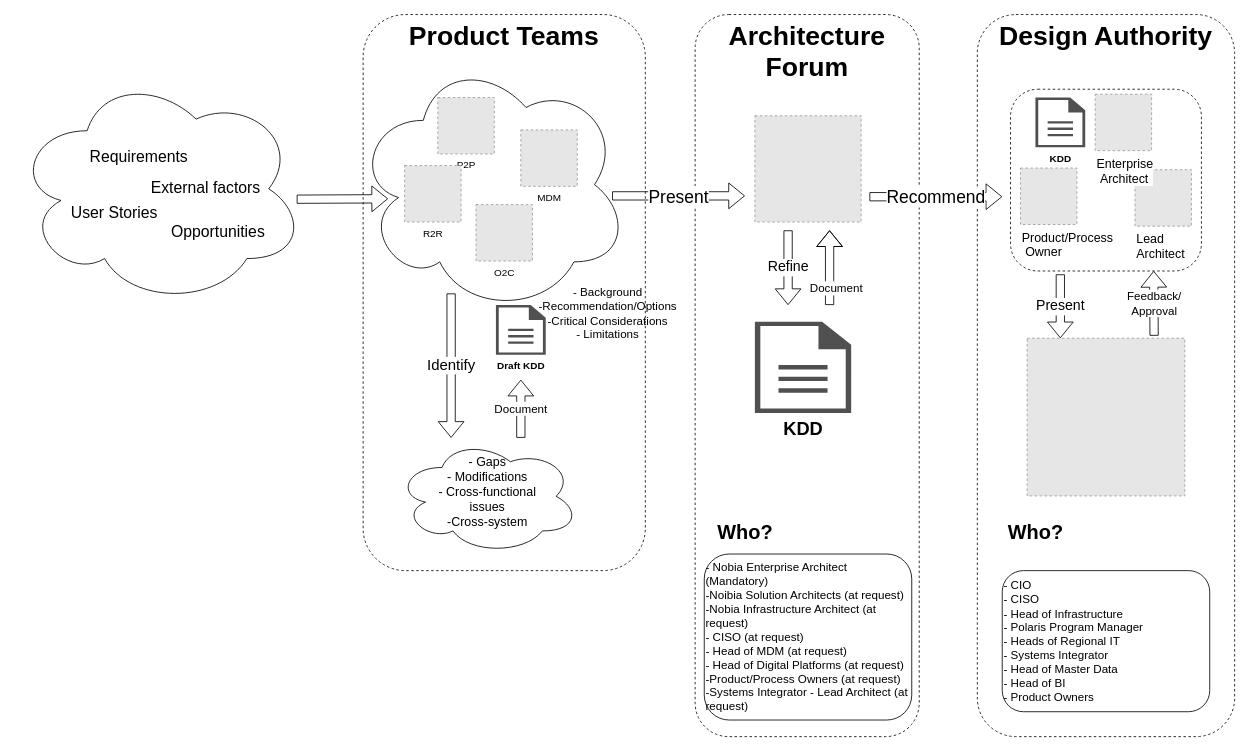
Above: page "Page-1" (1 of 2) of Architecture Governance.drawio in mrf742002/Diagrams (draw.io), before the change. Source tidied: cells renumbered, new cells numbered last; positions are measured from the earlier drawing's top-left corner, leaving out a move shared by most shapes. Both pictures are drawn from the tidied source at 83%, with x=0, y=0 at pixel (14, 14). Pictures stored in the file or linked from it are replaced by grey dashed boxes.
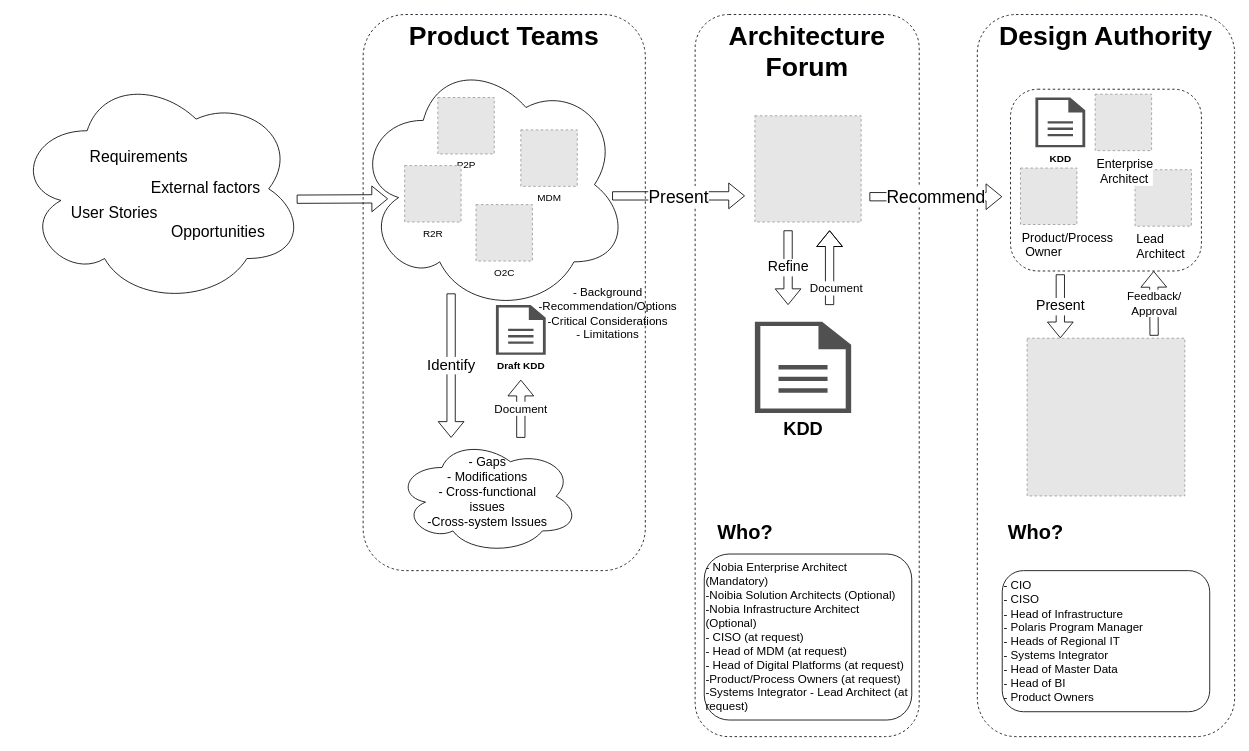
After the change.

Change to the diagram source:
```diff
@@
-    <mxCell id="17" value="- Gaps&lt;br style=&quot;font-size: 15px&quot;&gt;- Modifications&lt;br style=&quot;font-size: 15px&quot;&gt;- Cross-functional issues&lt;br&gt;-Cross-system" style="text;html=1;strokeColor=none;fillColor=none;align=center;verticalAlign=middle;whiteSpace=wrap;rounded=0;fontSize=15;" parent="1" vertex="1">
+    <mxCell id="17" value="- Gaps&lt;br style=&quot;font-size: 15px&quot;&gt;- Modifications&lt;br style=&quot;font-size: 15px&quot;&gt;- Cross-functional issues&lt;br&gt;-Cross-system Issues" style="text;html=1;strokeColor=none;fillColor=none;align=center;verticalAlign=middle;whiteSpace=wrap;rounded=0;fontSize=15;" parent="1" vertex="1">
       <mxGeometry x="490" y="557" width="160" height="35" as="geometry" />
     </mxCell>
@@
-    <mxCell id="36" value="- Nobia Enterprise Architect (Mandatory)&lt;br&gt;-Noibia Solution Architects (at request)&lt;br&gt;-Nobia Infrastructure Architect (at request)&lt;br&gt;- CISO (at request)&lt;br&gt;- Head of MDM (at request)&lt;br&gt;- Head of Digital Platforms (at request)&lt;br&gt;-Product/Process Owners (at request)&lt;br&gt;-Systems Integrator - Lead Architect (at request)" style="rounded=1;whiteSpace=wrap;html=1;fontSize=14;align=left;" parent="1" vertex="1">
+    <mxCell id="36" value="- Nobia Enterprise Architect (Mandatory)&lt;br&gt;-Noibia Solution Architects (Optional)&lt;br&gt;-Nobia Infrastructure Architect (Optional)&lt;br&gt;- CISO (at request)&lt;br&gt;- Head of MDM (at request)&lt;br&gt;- Head of Digital Platforms (at request)&lt;br&gt;-Product/Process Owners (at request)&lt;br&gt;-Systems Integrator - Lead Architect (at request)" style="rounded=1;whiteSpace=wrap;html=1;fontSize=14;align=left;" parent="1" vertex="1">
       <mxGeometry x="831" y="650" width="250" height="200" as="geometry" />
     </mxCell>
```
